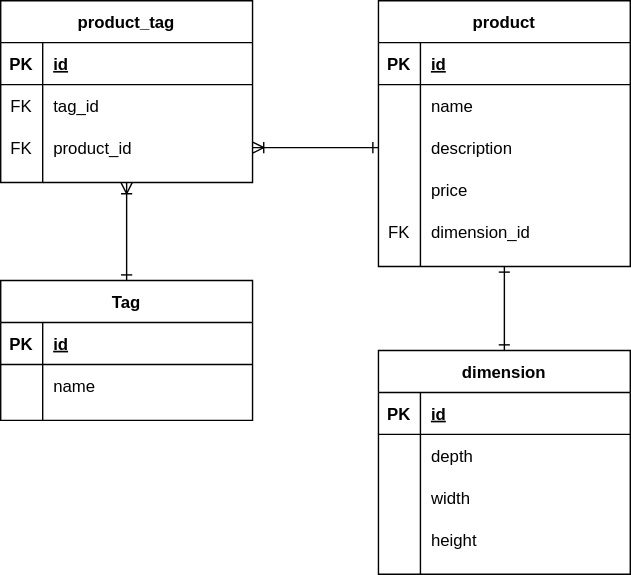
Earlier version of the draw.io export docs/images/db/product.drawio.svg (gsdenys/ecomerce-microservice-example). Source tidied: cells renumbered, new cells last; positions are measured from the earlier drawing's top-left corner, leaving out a move shared by most shapes. Source of this version:
```xml
<mxGraphModel>
  <root>
    <mxCell id="0" />
    <mxCell id="1" parent="0" />
    <mxCell id="2" value="product" style="shape=table;startSize=30;rowLines=0;fontStyle=1;align=center;" parent="1" vertex="1">
      <mxGeometry x="270" width="180" height="190" as="geometry" />
    </mxCell>
    <mxCell id="3" style="shape=partialRectangle;fillColor=none;top=0;left=0;bottom=1;right=0;" parent="2" vertex="1">
      <mxGeometry y="30" width="180" height="30" as="geometry" />
    </mxCell>
    <mxCell id="4" value="PK" style="shape=partialRectangle;fillColor=none;top=0;left=0;bottom=0;right=0;fontStyle=1;overflow=hidden;" parent="3" vertex="1">
      <mxGeometry width="30" height="30" as="geometry" />
    </mxCell>
    <mxCell id="5" value="id" style="shape=partialRectangle;fillColor=none;top=0;left=0;bottom=0;right=0;align=left;spacingLeft=6;fontStyle=5;overflow=hidden;" parent="3" vertex="1">
      <mxGeometry x="30" width="150" height="30" as="geometry" />
    </mxCell>
    <mxCell id="6" style="shape=partialRectangle;fillColor=none;top=0;left=0;bottom=0;right=0;" parent="2" vertex="1">
      <mxGeometry y="60" width="180" height="30" as="geometry" />
    </mxCell>
    <mxCell id="7" style="shape=partialRectangle;fillColor=none;top=0;left=0;bottom=0;right=0;overflow=hidden;" parent="6" vertex="1">
      <mxGeometry width="30" height="30" as="geometry" />
    </mxCell>
    <mxCell id="8" value="name" style="shape=partialRectangle;fillColor=none;top=0;left=0;bottom=0;right=0;align=left;spacingLeft=6;overflow=hidden;" parent="6" vertex="1">
      <mxGeometry x="30" width="150" height="30" as="geometry" />
    </mxCell>
    <mxCell id="9" style="shape=partialRectangle;fillColor=none;top=0;left=0;bottom=0;right=0;points=[[0,0.5],[1,0.5]];portConstraint=eastwest;" parent="2" vertex="1">
      <mxGeometry y="90" width="180" height="30" as="geometry" />
    </mxCell>
    <mxCell id="10" style="shape=partialRectangle;fillColor=none;top=0;left=0;bottom=0;right=0;overflow=hidden;" parent="9" vertex="1">
      <mxGeometry width="30" height="30" as="geometry" />
    </mxCell>
    <mxCell id="11" value="description" style="shape=partialRectangle;fillColor=none;top=0;left=0;bottom=0;right=0;align=left;spacingLeft=6;overflow=hidden;" parent="9" vertex="1">
      <mxGeometry x="30" width="150" height="30" as="geometry" />
    </mxCell>
    <mxCell id="12" style="shape=partialRectangle;fillColor=none;top=0;left=0;bottom=0;right=0;" parent="2" vertex="1">
      <mxGeometry y="120" width="180" height="30" as="geometry" />
    </mxCell>
    <mxCell id="13" style="shape=partialRectangle;fillColor=none;top=0;left=0;bottom=0;right=0;overflow=hidden;" parent="12" vertex="1">
      <mxGeometry width="30" height="30" as="geometry" />
    </mxCell>
    <mxCell id="14" value="price" style="shape=partialRectangle;fillColor=none;top=0;left=0;bottom=0;right=0;align=left;spacingLeft=6;overflow=hidden;" parent="12" vertex="1">
      <mxGeometry x="30" width="150" height="30" as="geometry" />
    </mxCell>
    <mxCell id="15" style="shape=partialRectangle;fillColor=none;top=0;left=0;bottom=0;right=0;" parent="2" vertex="1">
      <mxGeometry y="150" width="180" height="30" as="geometry" />
    </mxCell>
    <mxCell id="16" value="FK" style="shape=partialRectangle;fillColor=none;top=0;left=0;bottom=0;right=0;overflow=hidden;" parent="15" vertex="1">
      <mxGeometry width="30" height="30" as="geometry" />
    </mxCell>
    <mxCell id="17" value="dimension_id" style="shape=partialRectangle;fillColor=none;top=0;left=0;bottom=0;right=0;align=left;spacingLeft=6;overflow=hidden;" parent="15" vertex="1">
      <mxGeometry x="30" width="150" height="30" as="geometry" />
    </mxCell>
    <mxCell id="18" value="dimension" style="shape=table;startSize=30;rowLines=0;fontStyle=1;align=center;" parent="1" vertex="1">
      <mxGeometry x="270" y="250" width="180" height="160" as="geometry" />
    </mxCell>
    <mxCell id="19" style="shape=partialRectangle;fillColor=none;top=0;left=0;bottom=1;right=0;" parent="18" vertex="1">
      <mxGeometry y="30" width="180" height="30" as="geometry" />
    </mxCell>
    <mxCell id="20" value="PK" style="shape=partialRectangle;fillColor=none;top=0;left=0;bottom=0;right=0;fontStyle=1;overflow=hidden;" parent="19" vertex="1">
      <mxGeometry width="30" height="30" as="geometry" />
    </mxCell>
    <mxCell id="21" value="id" style="shape=partialRectangle;fillColor=none;top=0;left=0;bottom=0;right=0;align=left;spacingLeft=6;fontStyle=5;overflow=hidden;" parent="19" vertex="1">
      <mxGeometry x="30" width="150" height="30" as="geometry" />
    </mxCell>
    <mxCell id="22" style="shape=partialRectangle;fillColor=none;top=0;left=0;bottom=0;right=0;" parent="18" vertex="1">
      <mxGeometry y="60" width="180" height="30" as="geometry" />
    </mxCell>
    <mxCell id="23" style="shape=partialRectangle;fillColor=none;top=0;left=0;bottom=0;right=0;overflow=hidden;" parent="22" vertex="1">
      <mxGeometry width="30" height="30" as="geometry" />
    </mxCell>
    <mxCell id="24" value="depth" style="shape=partialRectangle;fillColor=none;top=0;left=0;bottom=0;right=0;align=left;spacingLeft=6;overflow=hidden;" parent="22" vertex="1">
      <mxGeometry x="30" width="150" height="30" as="geometry" />
    </mxCell>
    <mxCell id="25" style="shape=partialRectangle;fillColor=none;top=0;left=0;bottom=0;right=0;" parent="18" vertex="1">
      <mxGeometry y="90" width="180" height="30" as="geometry" />
    </mxCell>
    <mxCell id="26" style="shape=partialRectangle;fillColor=none;top=0;left=0;bottom=0;right=0;overflow=hidden;" parent="25" vertex="1">
      <mxGeometry width="30" height="30" as="geometry" />
    </mxCell>
    <mxCell id="27" value="width" style="shape=partialRectangle;fillColor=none;top=0;left=0;bottom=0;right=0;align=left;spacingLeft=6;overflow=hidden;" parent="25" vertex="1">
      <mxGeometry x="30" width="150" height="30" as="geometry" />
    </mxCell>
    <mxCell id="28" style="shape=partialRectangle;fillColor=none;top=0;left=0;bottom=0;right=0;" parent="18" vertex="1">
      <mxGeometry y="120" width="180" height="30" as="geometry" />
    </mxCell>
    <mxCell id="29" style="shape=partialRectangle;fillColor=none;top=0;left=0;bottom=0;right=0;overflow=hidden;" parent="28" vertex="1">
      <mxGeometry width="30" height="30" as="geometry" />
    </mxCell>
    <mxCell id="30" value="height" style="shape=partialRectangle;fillColor=none;top=0;left=0;bottom=0;right=0;align=left;spacingLeft=6;overflow=hidden;" parent="28" vertex="1">
      <mxGeometry x="30" width="150" height="30" as="geometry" />
    </mxCell>
    <mxCell id="31" style="edgeStyle=orthogonalEdgeStyle;rounded=0;jettySize=auto;html=1;startArrow=ERone;startFill=0;endArrow=ERone;endFill=0;exitX=0.5;exitY=1;exitDx=0;exitDy=0;entryX=0.5;entryY=0;entryDx=0;entryDy=0;" parent="1" edge="1" source="2" target="18">
      <mxGeometry relative="1" as="geometry" />
    </mxCell>
    <mxCell id="32" style="edgeStyle=orthogonalEdgeStyle;rounded=0;jettySize=auto;html=1;startArrow=ERone;startFill=0;endArrow=ERoneToMany;endFill=0;" parent="1" edge="1" source="33" target="40">
      <mxGeometry relative="1" as="geometry" />
    </mxCell>
    <mxCell id="33" value="Tag" style="shape=table;startSize=30;rowLines=0;fontStyle=1;align=center;" parent="1" vertex="1">
      <mxGeometry y="200" width="180" height="100" as="geometry" />
    </mxCell>
    <mxCell id="34" style="shape=partialRectangle;fillColor=none;top=0;left=0;bottom=1;right=0;" parent="33" vertex="1">
      <mxGeometry y="30" width="180" height="30" as="geometry" />
    </mxCell>
    <mxCell id="35" value="PK" style="shape=partialRectangle;fillColor=none;top=0;left=0;bottom=0;right=0;fontStyle=1;overflow=hidden;" parent="34" vertex="1">
      <mxGeometry width="30" height="30" as="geometry" />
    </mxCell>
    <mxCell id="36" value="id" style="shape=partialRectangle;fillColor=none;top=0;left=0;bottom=0;right=0;align=left;spacingLeft=6;fontStyle=5;overflow=hidden;" parent="34" vertex="1">
      <mxGeometry x="30" width="150" height="30" as="geometry" />
    </mxCell>
    <mxCell id="37" style="shape=partialRectangle;fillColor=none;top=0;left=0;bottom=0;right=0;" parent="33" vertex="1">
      <mxGeometry y="60" width="180" height="30" as="geometry" />
    </mxCell>
    <mxCell id="38" style="shape=partialRectangle;fillColor=none;top=0;left=0;bottom=0;right=0;overflow=hidden;" parent="37" vertex="1">
      <mxGeometry width="30" height="30" as="geometry" />
    </mxCell>
    <mxCell id="39" value="name" style="shape=partialRectangle;fillColor=none;top=0;left=0;bottom=0;right=0;align=left;spacingLeft=6;overflow=hidden;" parent="37" vertex="1">
      <mxGeometry x="30" width="150" height="30" as="geometry" />
    </mxCell>
    <mxCell id="40" value="product_tag" style="shape=table;startSize=30;rowLines=0;fontStyle=1;align=center;" parent="1" vertex="1">
      <mxGeometry width="180" height="130" as="geometry" />
    </mxCell>
    <mxCell id="41" style="shape=partialRectangle;fillColor=none;top=0;left=0;bottom=1;right=0;" parent="40" vertex="1">
      <mxGeometry y="30" width="180" height="30" as="geometry" />
    </mxCell>
    <mxCell id="42" value="PK" style="shape=partialRectangle;fillColor=none;top=0;left=0;bottom=0;right=0;fontStyle=1;overflow=hidden;" parent="41" vertex="1">
      <mxGeometry width="30" height="30" as="geometry" />
    </mxCell>
    <mxCell id="43" value="id" style="shape=partialRectangle;fillColor=none;top=0;left=0;bottom=0;right=0;align=left;spacingLeft=6;fontStyle=5;overflow=hidden;" parent="41" vertex="1">
      <mxGeometry x="30" width="150" height="30" as="geometry" />
    </mxCell>
    <mxCell id="44" style="shape=partialRectangle;fillColor=none;top=0;left=0;bottom=0;right=0;" parent="40" vertex="1">
      <mxGeometry y="60" width="180" height="30" as="geometry" />
    </mxCell>
    <mxCell id="45" value="FK" style="shape=partialRectangle;fillColor=none;top=0;left=0;bottom=0;right=0;overflow=hidden;" parent="44" vertex="1">
      <mxGeometry width="30" height="30" as="geometry" />
    </mxCell>
    <mxCell id="46" value="tag_id" style="shape=partialRectangle;fillColor=none;top=0;left=0;bottom=0;right=0;align=left;spacingLeft=6;overflow=hidden;" parent="44" vertex="1">
      <mxGeometry x="30" width="150" height="30" as="geometry" />
    </mxCell>
    <mxCell id="47" style="shape=partialRectangle;fillColor=none;top=0;left=0;bottom=0;right=0;points=[[0,0.5],[1,0.5]];portConstraint=eastwest;" parent="40" vertex="1">
      <mxGeometry y="90" width="180" height="30" as="geometry" />
    </mxCell>
    <mxCell id="48" value="FK" style="shape=partialRectangle;fillColor=none;top=0;left=0;bottom=0;right=0;overflow=hidden;" parent="47" vertex="1">
      <mxGeometry width="30" height="30" as="geometry" />
    </mxCell>
    <mxCell id="49" value="product_id" style="shape=partialRectangle;fillColor=none;top=0;left=0;bottom=0;right=0;align=left;spacingLeft=6;overflow=hidden;" parent="47" vertex="1">
      <mxGeometry x="30" width="150" height="30" as="geometry" />
    </mxCell>
    <mxCell id="50" style="edgeStyle=orthogonalEdgeStyle;rounded=0;jettySize=auto;html=1;entryX=1;entryY=0.5;entryDx=0;entryDy=0;startArrow=ERone;startFill=0;endArrow=ERoneToMany;endFill=0;exitX=0;exitY=0.5;exitDx=0;exitDy=0;" parent="1" edge="1" source="9" target="47">
      <mxGeometry relative="1" as="geometry" />
    </mxCell>
  </root>
</mxGraphModel>
```
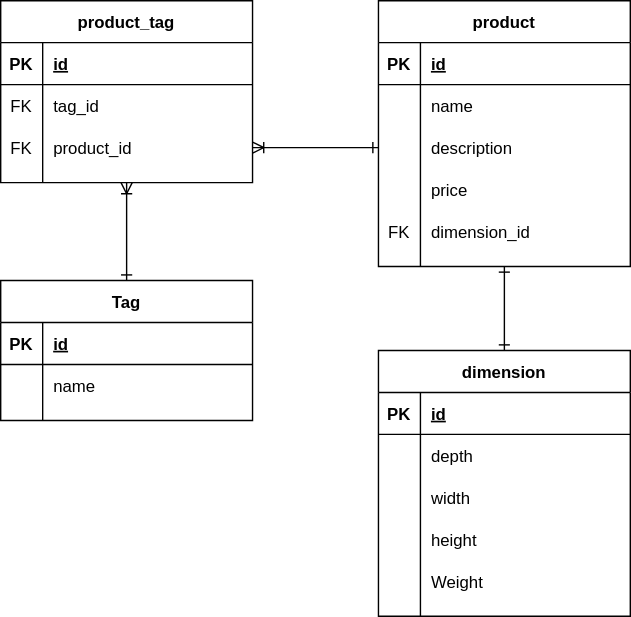
Later version of the same file.

Commit message:
add Weight to product dimension

What changed in the source:
```diff
@@ -51,7 +51,7 @@
       <mxGeometry x="30" width="150" height="30" as="geometry" />
     </mxCell>
     <mxCell id="18" value="dimension" style="shape=table;startSize=30;rowLines=0;fontStyle=1;align=center;" parent="1" vertex="1">
-      <mxGeometry x="270" y="250" width="180" height="160" as="geometry" />
+      <mxGeometry x="270" y="250" width="180" height="190" as="geometry" />
     </mxCell>
     <mxCell id="19" style="shape=partialRectangle;fillColor=none;top=0;left=0;bottom=1;right=0;" parent="18" vertex="1">
       <mxGeometry y="30" width="180" height="30" as="geometry" />
@@ -89,6 +89,15 @@
     <mxCell id="30" value="height" style="shape=partialRectangle;fillColor=none;top=0;left=0;bottom=0;right=0;align=left;spacingLeft=6;overflow=hidden;" parent="28" vertex="1">
       <mxGeometry x="30" width="150" height="30" as="geometry" />
     </mxCell>
+    <mxCell id="51" style="shape=partialRectangle;fillColor=none;top=0;left=0;bottom=0;right=0;" parent="18" vertex="1">
+      <mxGeometry y="150" width="180" height="30" as="geometry" />
+    </mxCell>
+    <mxCell id="52" style="shape=partialRectangle;fillColor=none;top=0;left=0;bottom=0;right=0;overflow=hidden;" parent="51" vertex="1">
+      <mxGeometry width="30" height="30" as="geometry" />
+    </mxCell>
+    <mxCell id="53" value="Weight" style="shape=partialRectangle;fillColor=none;top=0;left=0;bottom=0;right=0;align=left;spacingLeft=6;overflow=hidden;" parent="51" vertex="1">
+      <mxGeometry x="30" width="150" height="30" as="geometry" />
+    </mxCell>
     <mxCell id="31" style="edgeStyle=orthogonalEdgeStyle;rounded=0;jettySize=auto;html=1;startArrow=ERone;startFill=0;endArrow=ERone;endFill=0;exitX=0.5;exitY=1;exitDx=0;exitDy=0;entryX=0.5;entryY=0;entryDx=0;entryDy=0;" parent="1" edge="1" source="2" target="18">
       <mxGeometry relative="1" as="geometry" />
     </mxCell>
```
